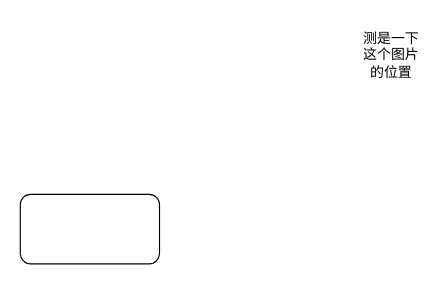
Above: 未命名绘图.drawio in 1240082314/GieDemo (draw.io), before the change. Source tidied: cells renumbered, new cells numbered last; positions are measured from the earlier drawing's top-left corner, leaving out a move shared by most shapes. Both pictures are drawn from the tidied source at 116%, with x=0, y=0 at pixel (20, 20).
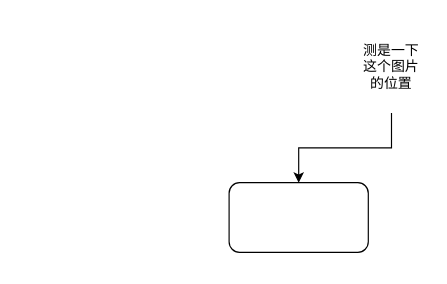
The same page after the edit.

Change to the diagram source:
```diff
@@
 <mxGraphModel>
   <root>
     <mxCell id="0" />
     <mxCell id="1" parent="0" />
+    <mxCell id="4" style="edgeStyle=orthogonalEdgeStyle;rounded=0;jettySize=auto;html=1;" parent="1" edge="1" source="2" target="3">
+      <mxGeometry relative="1" as="geometry" />
+    </mxCell>
     <mxCell id="2" value="测是一下这个图片的位置" style="text;html=1;strokeColor=none;fillColor=none;align=center;verticalAlign=middle;whiteSpace=wrap;rounded=0;" parent="1" vertex="1">
-      <mxGeometry x="290" width="60" height="60" as="geometry" />
+      <mxGeometry x="290" width="60" height="80" as="geometry" />
     </mxCell>
     <mxCell id="3" style="rounded=1;whiteSpace=wrap;html=1;" parent="1" vertex="1">
-      <mxGeometry y="150" width="120" height="60" as="geometry" />
+      <mxGeometry x="180" y="140" width="120" height="60" as="geometry" />
     </mxCell>
   </root>
 </mxGraphModel>
```
